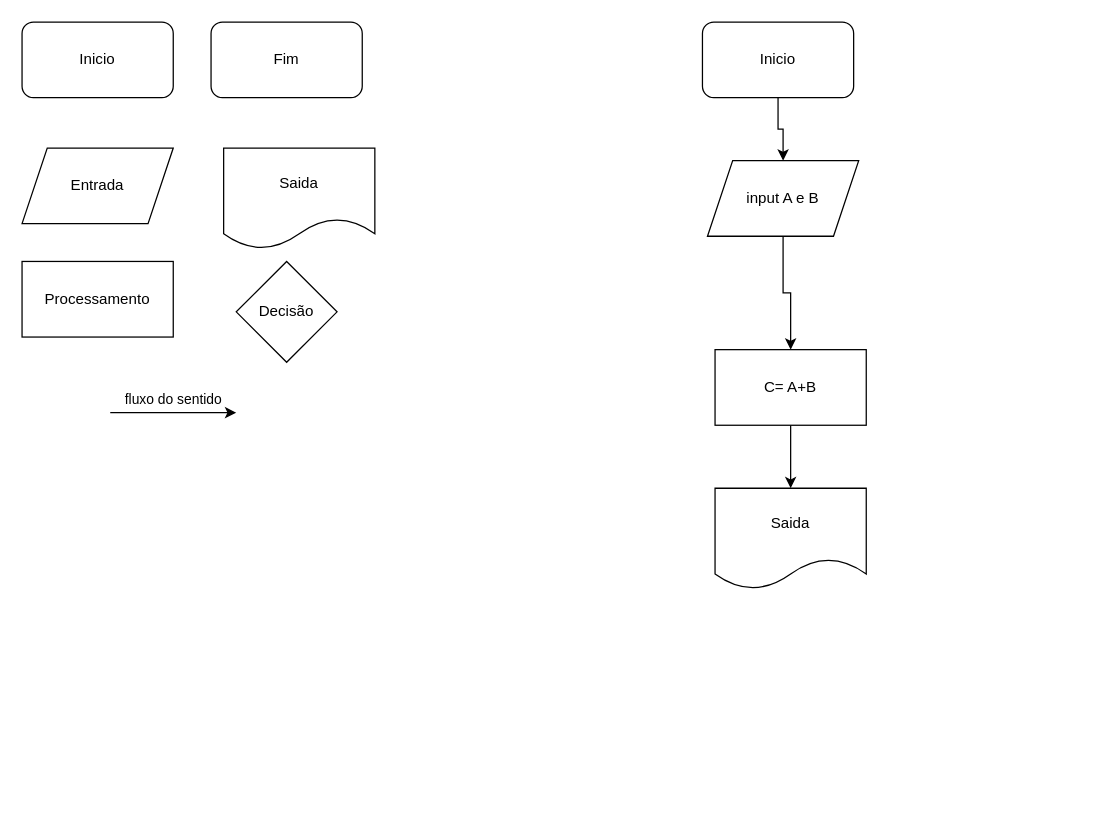
Before: src/aula01/Aula de algoritimos e fluxogramas.drawio in JSchettini18/mdc118, a draw.io diagram. Source tidied: cells renumbered, new cells numbered last; positions are measured from the earlier drawing's top-left corner, leaving out a move shared by most shapes. Both pictures are drawn from the tidied source at 126%, with x=0, y=0 at pixel (21, 21).
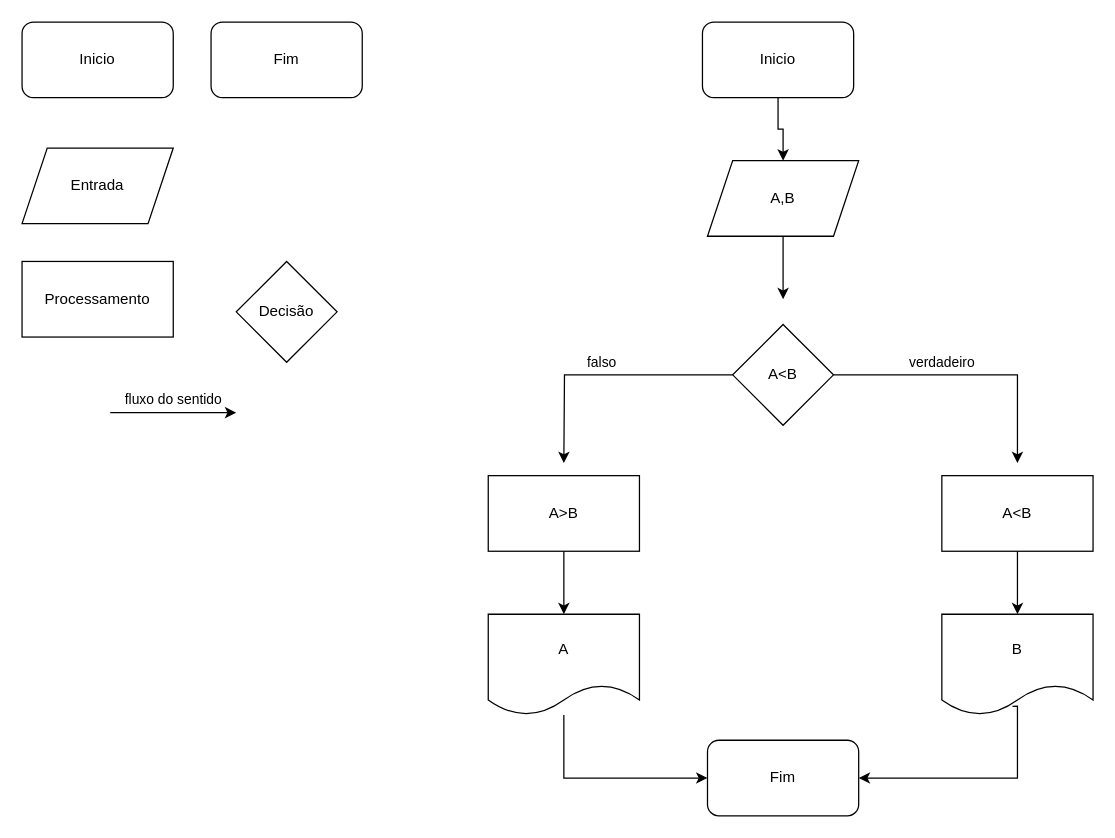
The same page after the edit.

Diff of the diagram source:
```diff
@@
-    <mxCell id="5" value="Saida" style="shape=document;whiteSpace=wrap;html=1;boundedLbl=1;" parent="1" vertex="1">
-      <mxGeometry x="160" y="100" width="120" height="80" as="geometry" />
-    </mxCell>
@@
-    <mxCell id="11" style="edgeStyle=orthogonalEdgeStyle;rounded=0;jettySize=auto;html=1;exitX=0.5;exitY=1;exitDx=0;exitDy=0;entryX=0.5;entryY=0;entryDx=0;entryDy=0;" parent="1" edge="1" source="12" target="14">
-      <mxGeometry relative="1" as="geometry" />
+    <mxCell id="11" style="edgeStyle=orthogonalEdgeStyle;rounded=0;jettySize=auto;html=1;exitX=0.5;exitY=1;exitDx=0;exitDy=0;" parent="1" edge="1" source="12">
+      <mxGeometry relative="1" as="geometry">
+        <mxPoint x="604" y="220" as="targetPoint" />
+      </mxGeometry>
     </mxCell>
-    <mxCell id="12" value="input A e B" style="shape=parallelogram;perimeter=parallelogramPerimeter;whiteSpace=wrap;html=1;fixedSize=1;" parent="1" vertex="1">
+    <mxCell id="12" value="A,B" style="shape=parallelogram;perimeter=parallelogramPerimeter;whiteSpace=wrap;html=1;fixedSize=1;" parent="1" vertex="1">
       <mxGeometry x="544" y="110" width="120" height="60" as="geometry" />
     </mxCell>
-    <mxCell id="13" style="edgeStyle=orthogonalEdgeStyle;rounded=0;jettySize=auto;html=1;exitX=0.5;exitY=1;exitDx=0;exitDy=0;entryX=0.5;entryY=0;entryDx=0;entryDy=0;" parent="1" edge="1" source="14" target="15">
-      <mxGeometry relative="1" as="geometry" />
-    </mxCell>
-    <mxCell id="14" value="C= A+B" style="rounded=0;whiteSpace=wrap;html=1;" parent="1" vertex="1">
-      <mxGeometry x="550" y="260" width="120" height="60" as="geometry" />
-    </mxCell>
-    <mxCell id="15" value="Saida" style="shape=document;whiteSpace=wrap;html=1;boundedLbl=1;" parent="1" vertex="1">
-      <mxGeometry x="550" y="370" width="120" height="80" as="geometry" />
-    </mxCell>
+    <mxCell id="16" value="verdadeiro" style="edgeStyle=orthogonalEdgeStyle;rounded=0;jettySize=auto;html=1;" parent="1" edge="1" source="18">
+      <mxGeometry x="-0.2" y="10" relative="1" as="geometry">
+        <mxPoint x="790" y="350" as="targetPoint" />
+        <Array as="points">
+          <mxPoint x="760" y="280" />
+          <mxPoint x="760" y="280" />
+        </Array>
+      </mxGeometry>
+    </mxCell>
+    <mxCell id="17" value="falso" style="edgeStyle=orthogonalEdgeStyle;rounded=0;jettySize=auto;html=1;" parent="1" edge="1" source="18">
+      <mxGeometry x="0.02" y="-10" relative="1" as="geometry">
+        <mxPoint x="430" y="350" as="targetPoint" />
+      </mxGeometry>
+    </mxCell>
+    <mxCell id="18" value="A&amp;lt;B" style="rhombus;whiteSpace=wrap;html=1;" parent="1" vertex="1">
+      <mxGeometry x="564" y="240" width="80" height="80" as="geometry" />
+    </mxCell>
+    <mxCell id="19" style="edgeStyle=orthogonalEdgeStyle;rounded=0;jettySize=auto;html=1;exitX=0.5;exitY=1;exitDx=0;exitDy=0;" parent="1" edge="1" source="20">
+      <mxGeometry relative="1" as="geometry">
+        <mxPoint x="790" y="470" as="targetPoint" />
+      </mxGeometry>
+    </mxCell>
+    <mxCell id="20" value="A&amp;lt;B" style="rounded=0;whiteSpace=wrap;html=1;" parent="1" vertex="1">
+      <mxGeometry x="730" y="360" width="120" height="60" as="geometry" />
+    </mxCell>
+    <mxCell id="21" style="edgeStyle=orthogonalEdgeStyle;rounded=0;jettySize=auto;html=1;entryX=0.5;entryY=0;entryDx=0;entryDy=0;" parent="1" edge="1" source="22" target="24">
+      <mxGeometry relative="1" as="geometry" />
+    </mxCell>
+    <mxCell id="22" value="A&amp;gt;B" style="rounded=0;whiteSpace=wrap;html=1;" parent="1" vertex="1">
+      <mxGeometry x="370" y="360" width="120" height="60" as="geometry" />
+    </mxCell>
+    <mxCell id="23" style="edgeStyle=orthogonalEdgeStyle;rounded=0;jettySize=auto;html=1;entryX=0;entryY=0.5;entryDx=0;entryDy=0;" parent="1" edge="1" source="24" target="27">
+      <mxGeometry relative="1" as="geometry">
+        <Array as="points">
+          <mxPoint x="430" y="600" />
+        </Array>
+      </mxGeometry>
+    </mxCell>
+    <mxCell id="24" value="A" style="shape=document;whiteSpace=wrap;html=1;boundedLbl=1;" parent="1" vertex="1">
+      <mxGeometry x="370" y="470" width="120" height="80" as="geometry" />
+    </mxCell>
+    <mxCell id="25" style="edgeStyle=orthogonalEdgeStyle;rounded=0;jettySize=auto;html=1;entryX=1;entryY=0.5;entryDx=0;entryDy=0;exitX=0.467;exitY=0.913;exitDx=0;exitDy=0;exitPerimeter=0;" parent="1" edge="1" source="26" target="27">
+      <mxGeometry relative="1" as="geometry">
+        <Array as="points">
+          <mxPoint x="790" y="543" />
+          <mxPoint x="790" y="600" />
+        </Array>
+      </mxGeometry>
+    </mxCell>
+    <mxCell id="26" value="B" style="shape=document;whiteSpace=wrap;html=1;boundedLbl=1;" parent="1" vertex="1">
+      <mxGeometry x="730" y="470" width="120" height="80" as="geometry" />
+    </mxCell>
+    <mxCell id="27" value="Fim" style="rounded=1;whiteSpace=wrap;html=1;" parent="1" vertex="1">
+      <mxGeometry x="544" y="570" width="120" height="60" as="geometry" />
+    </mxCell>
```
